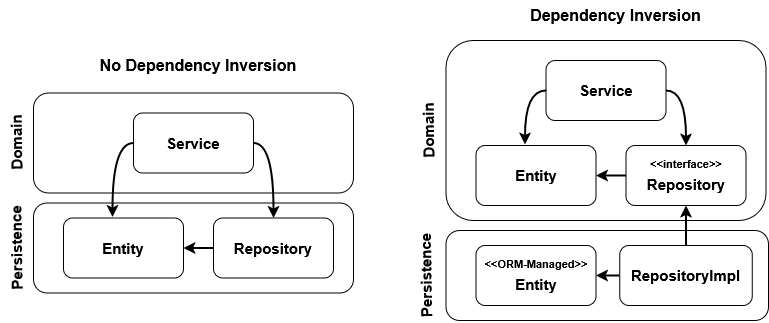
Before: public/clean-architecture-python-part-1/dependency_inversion.png, a diagram exported from draw.io (gmunumel/personal-blog). Source tidied: cells renumbered, new cells last; positions are measured from the earlier drawing's top-left corner, leaving out a move shared by most shapes. Its diagram source:
```xml
<mxGraphModel>
  <root>
    <mxCell id="0" />
    <mxCell id="1" parent="0" />
    <mxCell id="2" style="rounded=1;whiteSpace=wrap;html=1;" parent="1" vertex="1">
      <mxGeometry x="65" y="202.5" width="320" height="90" as="geometry" />
    </mxCell>
    <mxCell id="3" style="rounded=1;whiteSpace=wrap;html=1;" parent="1" vertex="1">
      <mxGeometry x="65" y="92.5" width="320" height="100" as="geometry" />
    </mxCell>
    <mxCell id="4" style="edgeStyle=orthogonalEdgeStyle;rounded=0;jettySize=auto;html=1;exitX=1;exitY=0.5;exitDx=0;exitDy=0;entryX=0.5;entryY=0;entryDx=0;entryDy=0;curved=1;strokeWidth=2;" parent="1" edge="1" source="5" target="8">
      <mxGeometry relative="1" as="geometry" />
    </mxCell>
    <mxCell id="5" value="&lt;font style=&quot;font-size: 15px;&quot;&gt;&lt;b&gt;Service&lt;/b&gt;&lt;/font&gt;" style="rounded=1;whiteSpace=wrap;html=1;" parent="1" vertex="1">
      <mxGeometry x="165" y="112.5" width="120" height="60" as="geometry" />
    </mxCell>
    <mxCell id="6" value="&lt;b&gt;&lt;font style=&quot;font-size: 15px;&quot;&gt;Entity&lt;/font&gt;&lt;/b&gt;" style="rounded=1;whiteSpace=wrap;html=1;" parent="1" vertex="1">
      <mxGeometry x="95" y="217.5" width="120" height="60" as="geometry" />
    </mxCell>
    <mxCell id="7" style="edgeStyle=orthogonalEdgeStyle;rounded=0;jettySize=auto;html=1;exitX=0;exitY=0.5;exitDx=0;exitDy=0;entryX=1;entryY=0.5;entryDx=0;entryDy=0;strokeWidth=2;" parent="1" edge="1" source="8" target="6">
      <mxGeometry relative="1" as="geometry" />
    </mxCell>
    <mxCell id="8" value="&lt;font style=&quot;font-size: 15px;&quot;&gt;&lt;b&gt;Repository&lt;/b&gt;&lt;/font&gt;" style="rounded=1;whiteSpace=wrap;html=1;" parent="1" vertex="1">
      <mxGeometry x="245" y="217.5" width="120" height="60" as="geometry" />
    </mxCell>
    <mxCell id="9" style="edgeStyle=orthogonalEdgeStyle;rounded=0;jettySize=auto;html=1;exitX=0;exitY=0.5;exitDx=0;exitDy=0;entryX=0.408;entryY=-0.017;entryDx=0;entryDy=0;entryPerimeter=0;curved=1;strokeWidth=2;" parent="1" edge="1" source="5" target="6">
      <mxGeometry relative="1" as="geometry" />
    </mxCell>
    <mxCell id="10" value="&lt;font style=&quot;font-size: 15px;&quot;&gt;&lt;b&gt;Domain&lt;/b&gt;&lt;/font&gt;" style="text;html=1;align=center;verticalAlign=middle;whiteSpace=wrap;rounded=0;rotation=-90.9;" parent="1" vertex="1">
      <mxGeometry x="17.5" y="127.5" width="60" height="30" as="geometry" />
    </mxCell>
    <mxCell id="11" value="&lt;font style=&quot;font-size: 15px;&quot;&gt;&lt;b&gt;Persistence&lt;/b&gt;&lt;/font&gt;" style="text;html=1;align=center;verticalAlign=middle;whiteSpace=wrap;rounded=0;rotation=-90.9;" parent="1" vertex="1">
      <mxGeometry y="232.5" width="95" height="30" as="geometry" />
    </mxCell>
    <mxCell id="12" style="rounded=1;whiteSpace=wrap;html=1;" parent="1" vertex="1">
      <mxGeometry x="477.5" y="230" width="322.5" height="90" as="geometry" />
    </mxCell>
    <mxCell id="13" style="rounded=1;whiteSpace=wrap;html=1;" parent="1" vertex="1">
      <mxGeometry x="477.5" y="40" width="320" height="180" as="geometry" />
    </mxCell>
    <mxCell id="14" style="edgeStyle=orthogonalEdgeStyle;rounded=0;jettySize=auto;html=1;exitX=1;exitY=0.5;exitDx=0;exitDy=0;entryX=0.5;entryY=0;entryDx=0;entryDy=0;curved=1;strokeWidth=2;" parent="1" edge="1" source="15" target="18">
      <mxGeometry relative="1" as="geometry" />
    </mxCell>
    <mxCell id="15" value="&lt;font style=&quot;font-size: 15px;&quot;&gt;&lt;b&gt;Service&lt;/b&gt;&lt;/font&gt;" style="rounded=1;whiteSpace=wrap;html=1;" parent="1" vertex="1">
      <mxGeometry x="577.5" y="60" width="120" height="60" as="geometry" />
    </mxCell>
    <mxCell id="16" value="&lt;b&gt;&lt;font style=&quot;font-size: 15px;&quot;&gt;Entity&lt;/font&gt;&lt;/b&gt;" style="rounded=1;whiteSpace=wrap;html=1;" parent="1" vertex="1">
      <mxGeometry x="507.5" y="145" width="120" height="60" as="geometry" />
    </mxCell>
    <mxCell id="17" style="edgeStyle=orthogonalEdgeStyle;rounded=0;jettySize=auto;html=1;exitX=0;exitY=0.5;exitDx=0;exitDy=0;entryX=1;entryY=0.5;entryDx=0;entryDy=0;strokeWidth=2;" parent="1" edge="1" source="18" target="16">
      <mxGeometry relative="1" as="geometry" />
    </mxCell>
    <mxCell id="18" value="&lt;sup&gt;&lt;font style=&quot;font-size: 11px;&quot;&gt;&lt;b&gt;&amp;lt;&amp;lt;interface&amp;gt;&amp;gt;&lt;/b&gt;&lt;/font&gt;&lt;font style=&quot;font-size: 15px;&quot;&gt;&lt;b&gt;&lt;br&gt;Repository&lt;/b&gt;&lt;/font&gt;&lt;/sup&gt;" style="rounded=1;whiteSpace=wrap;html=1;" parent="1" vertex="1">
      <mxGeometry x="657.5" y="145" width="120" height="60" as="geometry" />
    </mxCell>
    <mxCell id="19" style="edgeStyle=orthogonalEdgeStyle;rounded=0;jettySize=auto;html=1;exitX=0;exitY=0.5;exitDx=0;exitDy=0;entryX=0.408;entryY=-0.017;entryDx=0;entryDy=0;entryPerimeter=0;curved=1;strokeWidth=2;" parent="1" edge="1" source="15" target="16">
      <mxGeometry relative="1" as="geometry" />
    </mxCell>
    <mxCell id="20" value="&lt;font style=&quot;font-size: 15px;&quot;&gt;&lt;b&gt;Domain&lt;/b&gt;&lt;/font&gt;" style="text;html=1;align=center;verticalAlign=middle;whiteSpace=wrap;rounded=0;rotation=-90.9;" parent="1" vertex="1">
      <mxGeometry x="430" y="115" width="60" height="30" as="geometry" />
    </mxCell>
    <mxCell id="21" value="&lt;font style=&quot;font-size: 15px;&quot;&gt;&lt;b&gt;Persistence&lt;/b&gt;&lt;/font&gt;" style="text;html=1;align=center;verticalAlign=middle;whiteSpace=wrap;rounded=0;rotation=-90.9;" parent="1" vertex="1">
      <mxGeometry x="410" y="260" width="95" height="30" as="geometry" />
    </mxCell>
    <mxCell id="22" value="&lt;b&gt;&lt;sup&gt;&lt;font style=&quot;font-size: 11px;&quot;&gt;&amp;lt;&amp;lt;ORM-Managed&amp;gt;&amp;gt;&lt;/font&gt;&lt;font style=&quot;font-size: 15px;&quot;&gt;&lt;br&gt;Entity&lt;/font&gt;&lt;/sup&gt;&lt;/b&gt;" style="rounded=1;whiteSpace=wrap;html=1;" parent="1" vertex="1">
      <mxGeometry x="507.5" y="245" width="120" height="60" as="geometry" />
    </mxCell>
    <mxCell id="23" style="edgeStyle=orthogonalEdgeStyle;rounded=0;jettySize=auto;html=1;exitX=0;exitY=0.5;exitDx=0;exitDy=0;entryX=1;entryY=0.5;entryDx=0;entryDy=0;strokeWidth=2;" parent="1" edge="1" source="25" target="22">
      <mxGeometry relative="1" as="geometry" />
    </mxCell>
    <mxCell id="24" style="edgeStyle=orthogonalEdgeStyle;rounded=0;jettySize=auto;html=1;exitX=0.5;exitY=0;exitDx=0;exitDy=0;entryX=0.5;entryY=1;entryDx=0;entryDy=0;strokeWidth=2;" parent="1" edge="1" source="25" target="18">
      <mxGeometry relative="1" as="geometry" />
    </mxCell>
    <mxCell id="25" value="&lt;font style=&quot;font-size: 15px;&quot;&gt;&lt;b&gt;RepositoryImpl&lt;/b&gt;&lt;/font&gt;" style="rounded=1;whiteSpace=wrap;html=1;" parent="1" vertex="1">
      <mxGeometry x="651.2" y="245" width="132.5" height="60" as="geometry" />
    </mxCell>
    <mxCell id="26" value="&lt;font style=&quot;font-size: 16px;&quot;&gt;&lt;b&gt;Dependency Inversion&lt;/b&gt;&lt;/font&gt;" style="text;html=1;align=center;verticalAlign=middle;whiteSpace=wrap;rounded=0;" parent="1" vertex="1">
      <mxGeometry x="507.5" width="278.8" height="30" as="geometry" />
    </mxCell>
    <mxCell id="27" value="&lt;font style=&quot;font-size: 16px;&quot;&gt;&lt;b&gt;No Dependency Inversion&lt;/b&gt;&lt;/font&gt;" style="text;html=1;align=center;verticalAlign=middle;whiteSpace=wrap;rounded=0;" parent="1" vertex="1">
      <mxGeometry x="110" y="50" width="240" height="30" as="geometry" />
    </mxCell>
  </root>
</mxGraphModel>
```
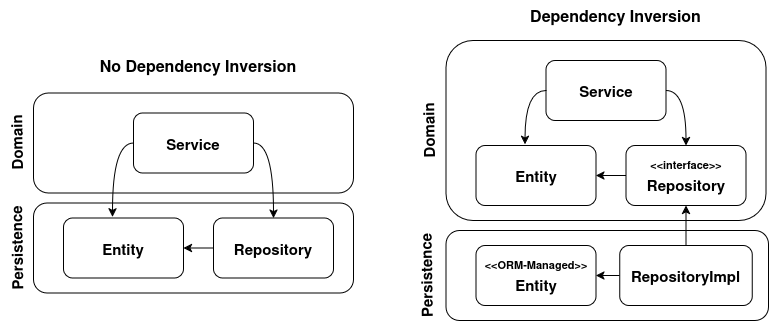
After the change.

Diff of the diagram source:
```diff
@@ -8,7 +8,7 @@
     <mxCell id="3" style="rounded=1;whiteSpace=wrap;html=1;" parent="1" vertex="1">
       <mxGeometry x="65" y="92.5" width="320" height="100" as="geometry" />
     </mxCell>
-    <mxCell id="4" style="edgeStyle=orthogonalEdgeStyle;rounded=0;jettySize=auto;html=1;exitX=1;exitY=0.5;exitDx=0;exitDy=0;entryX=0.5;entryY=0;entryDx=0;entryDy=0;curved=1;strokeWidth=2;" parent="1" edge="1" source="5" target="8">
+    <mxCell id="4" style="edgeStyle=orthogonalEdgeStyle;rounded=0;jettySize=auto;html=1;exitX=1;exitY=0.5;exitDx=0;exitDy=0;entryX=0.5;entryY=0;entryDx=0;entryDy=0;curved=1;strokeWidth=1;" parent="1" edge="1" source="5" target="8">
       <mxGeometry relative="1" as="geometry" />
     </mxCell>
     <mxCell id="5" value="&lt;font style=&quot;font-size: 15px;&quot;&gt;&lt;b&gt;Service&lt;/b&gt;&lt;/font&gt;" style="rounded=1;whiteSpace=wrap;html=1;" parent="1" vertex="1">
@@ -17,13 +17,13 @@
     <mxCell id="6" value="&lt;b&gt;&lt;font style=&quot;font-size: 15px;&quot;&gt;Entity&lt;/font&gt;&lt;/b&gt;" style="rounded=1;whiteSpace=wrap;html=1;" parent="1" vertex="1">
       <mxGeometry x="95" y="217.5" width="120" height="60" as="geometry" />
     </mxCell>
-    <mxCell id="7" style="edgeStyle=orthogonalEdgeStyle;rounded=0;jettySize=auto;html=1;exitX=0;exitY=0.5;exitDx=0;exitDy=0;entryX=1;entryY=0.5;entryDx=0;entryDy=0;strokeWidth=2;" parent="1" edge="1" source="8" target="6">
+    <mxCell id="7" style="edgeStyle=orthogonalEdgeStyle;rounded=0;jettySize=auto;html=1;exitX=0;exitY=0.5;exitDx=0;exitDy=0;entryX=1;entryY=0.5;entryDx=0;entryDy=0;strokeWidth=1;" parent="1" edge="1" source="8" target="6">
       <mxGeometry relative="1" as="geometry" />
     </mxCell>
     <mxCell id="8" value="&lt;font style=&quot;font-size: 15px;&quot;&gt;&lt;b&gt;Repository&lt;/b&gt;&lt;/font&gt;" style="rounded=1;whiteSpace=wrap;html=1;" parent="1" vertex="1">
       <mxGeometry x="245" y="217.5" width="120" height="60" as="geometry" />
     </mxCell>
-    <mxCell id="9" style="edgeStyle=orthogonalEdgeStyle;rounded=0;jettySize=auto;html=1;exitX=0;exitY=0.5;exitDx=0;exitDy=0;entryX=0.408;entryY=-0.017;entryDx=0;entryDy=0;entryPerimeter=0;curved=1;strokeWidth=2;" parent="1" edge="1" source="5" target="6">
+    <mxCell id="9" style="edgeStyle=orthogonalEdgeStyle;rounded=0;jettySize=auto;html=1;exitX=0;exitY=0.5;exitDx=0;exitDy=0;entryX=0.408;entryY=-0.017;entryDx=0;entryDy=0;entryPerimeter=0;curved=1;strokeWidth=1;" parent="1" edge="1" source="5" target="6">
       <mxGeometry relative="1" as="geometry" />
     </mxCell>
     <mxCell id="10" value="&lt;font style=&quot;font-size: 15px;&quot;&gt;&lt;b&gt;Domain&lt;/b&gt;&lt;/font&gt;" style="text;html=1;align=center;verticalAlign=middle;whiteSpace=wrap;rounded=0;rotation=-90.9;" parent="1" vertex="1">
@@ -38,7 +38,7 @@
     <mxCell id="13" style="rounded=1;whiteSpace=wrap;html=1;" parent="1" vertex="1">
       <mxGeometry x="477.5" y="40" width="320" height="180" as="geometry" />
     </mxCell>
-    <mxCell id="14" style="edgeStyle=orthogonalEdgeStyle;rounded=0;jettySize=auto;html=1;exitX=1;exitY=0.5;exitDx=0;exitDy=0;entryX=0.5;entryY=0;entryDx=0;entryDy=0;curved=1;strokeWidth=2;" parent="1" edge="1" source="15" target="18">
+    <mxCell id="14" style="edgeStyle=orthogonalEdgeStyle;rounded=0;jettySize=auto;html=1;exitX=1;exitY=0.5;exitDx=0;exitDy=0;entryX=0.5;entryY=0;entryDx=0;entryDy=0;curved=1;strokeWidth=1;" parent="1" edge="1" source="15" target="18">
       <mxGeometry relative="1" as="geometry" />
     </mxCell>
     <mxCell id="15" value="&lt;font style=&quot;font-size: 15px;&quot;&gt;&lt;b&gt;Service&lt;/b&gt;&lt;/font&gt;" style="rounded=1;whiteSpace=wrap;html=1;" parent="1" vertex="1">
@@ -47,13 +47,13 @@
     <mxCell id="16" value="&lt;b&gt;&lt;font style=&quot;font-size: 15px;&quot;&gt;Entity&lt;/font&gt;&lt;/b&gt;" style="rounded=1;whiteSpace=wrap;html=1;" parent="1" vertex="1">
       <mxGeometry x="507.5" y="145" width="120" height="60" as="geometry" />
     </mxCell>
-    <mxCell id="17" style="edgeStyle=orthogonalEdgeStyle;rounded=0;jettySize=auto;html=1;exitX=0;exitY=0.5;exitDx=0;exitDy=0;entryX=1;entryY=0.5;entryDx=0;entryDy=0;strokeWidth=2;" parent="1" edge="1" source="18" target="16">
+    <mxCell id="17" style="edgeStyle=orthogonalEdgeStyle;rounded=0;jettySize=auto;html=1;exitX=0;exitY=0.5;exitDx=0;exitDy=0;entryX=1;entryY=0.5;entryDx=0;entryDy=0;strokeWidth=1;" parent="1" edge="1" source="18" target="16">
       <mxGeometry relative="1" as="geometry" />
     </mxCell>
     <mxCell id="18" value="&lt;sup&gt;&lt;font style=&quot;font-size: 11px;&quot;&gt;&lt;b&gt;&amp;lt;&amp;lt;interface&amp;gt;&amp;gt;&lt;/b&gt;&lt;/font&gt;&lt;font style=&quot;font-size: 15px;&quot;&gt;&lt;b&gt;&lt;br&gt;Repository&lt;/b&gt;&lt;/font&gt;&lt;/sup&gt;" style="rounded=1;whiteSpace=wrap;html=1;" parent="1" vertex="1">
       <mxGeometry x="657.5" y="145" width="120" height="60" as="geometry" />
     </mxCell>
-    <mxCell id="19" style="edgeStyle=orthogonalEdgeStyle;rounded=0;jettySize=auto;html=1;exitX=0;exitY=0.5;exitDx=0;exitDy=0;entryX=0.408;entryY=-0.017;entryDx=0;entryDy=0;entryPerimeter=0;curved=1;strokeWidth=2;" parent="1" edge="1" source="15" target="16">
+    <mxCell id="19" style="edgeStyle=orthogonalEdgeStyle;rounded=0;jettySize=auto;html=1;exitX=0;exitY=0.5;exitDx=0;exitDy=0;entryX=0.408;entryY=-0.017;entryDx=0;entryDy=0;entryPerimeter=0;curved=1;strokeWidth=1;" parent="1" edge="1" source="15" target="16">
       <mxGeometry relative="1" as="geometry" />
     </mxCell>
     <mxCell id="20" value="&lt;font style=&quot;font-size: 15px;&quot;&gt;&lt;b&gt;Domain&lt;/b&gt;&lt;/font&gt;" style="text;html=1;align=center;verticalAlign=middle;whiteSpace=wrap;rounded=0;rotation=-90.9;" parent="1" vertex="1">
@@ -65,10 +65,10 @@
     <mxCell id="22" value="&lt;b&gt;&lt;sup&gt;&lt;font style=&quot;font-size: 11px;&quot;&gt;&amp;lt;&amp;lt;ORM-Managed&amp;gt;&amp;gt;&lt;/font&gt;&lt;font style=&quot;font-size: 15px;&quot;&gt;&lt;br&gt;Entity&lt;/font&gt;&lt;/sup&gt;&lt;/b&gt;" style="rounded=1;whiteSpace=wrap;html=1;" parent="1" vertex="1">
       <mxGeometry x="507.5" y="245" width="120" height="60" as="geometry" />
     </mxCell>
-    <mxCell id="23" style="edgeStyle=orthogonalEdgeStyle;rounded=0;jettySize=auto;html=1;exitX=0;exitY=0.5;exitDx=0;exitDy=0;entryX=1;entryY=0.5;entryDx=0;entryDy=0;strokeWidth=2;" parent="1" edge="1" source="25" target="22">
+    <mxCell id="23" style="edgeStyle=orthogonalEdgeStyle;rounded=0;jettySize=auto;html=1;exitX=0;exitY=0.5;exitDx=0;exitDy=0;entryX=1;entryY=0.5;entryDx=0;entryDy=0;strokeWidth=1;" parent="1" edge="1" source="25" target="22">
       <mxGeometry relative="1" as="geometry" />
     </mxCell>
-    <mxCell id="24" style="edgeStyle=orthogonalEdgeStyle;rounded=0;jettySize=auto;html=1;exitX=0.5;exitY=0;exitDx=0;exitDy=0;entryX=0.5;entryY=1;entryDx=0;entryDy=0;strokeWidth=2;" parent="1" edge="1" source="25" target="18">
+    <mxCell id="24" style="edgeStyle=orthogonalEdgeStyle;rounded=0;jettySize=auto;html=1;exitX=0.5;exitY=0;exitDx=0;exitDy=0;entryX=0.5;entryY=1;entryDx=0;entryDy=0;strokeWidth=1;" parent="1" edge="1" source="25" target="18">
       <mxGeometry relative="1" as="geometry" />
     </mxCell>
     <mxCell id="25" value="&lt;font style=&quot;font-size: 15px;&quot;&gt;&lt;b&gt;RepositoryImpl&lt;/b&gt;&lt;/font&gt;" style="rounded=1;whiteSpace=wrap;html=1;" parent="1" vertex="1">
```
